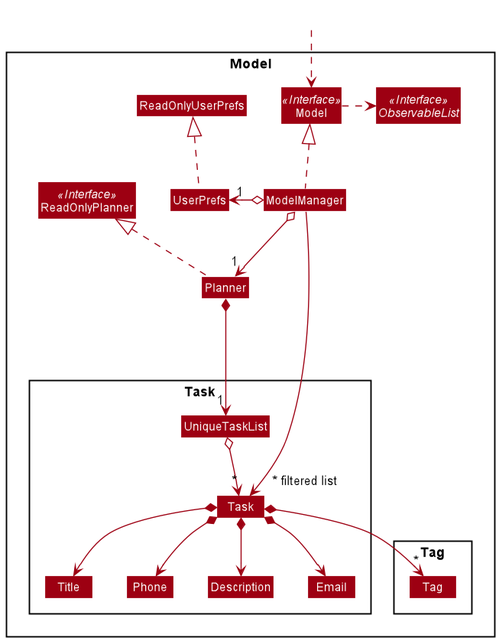
Earlier version of the PlantUML export docs/images/ModelClassDiagram.png (nus-cs2103-AY2021S2/tp).
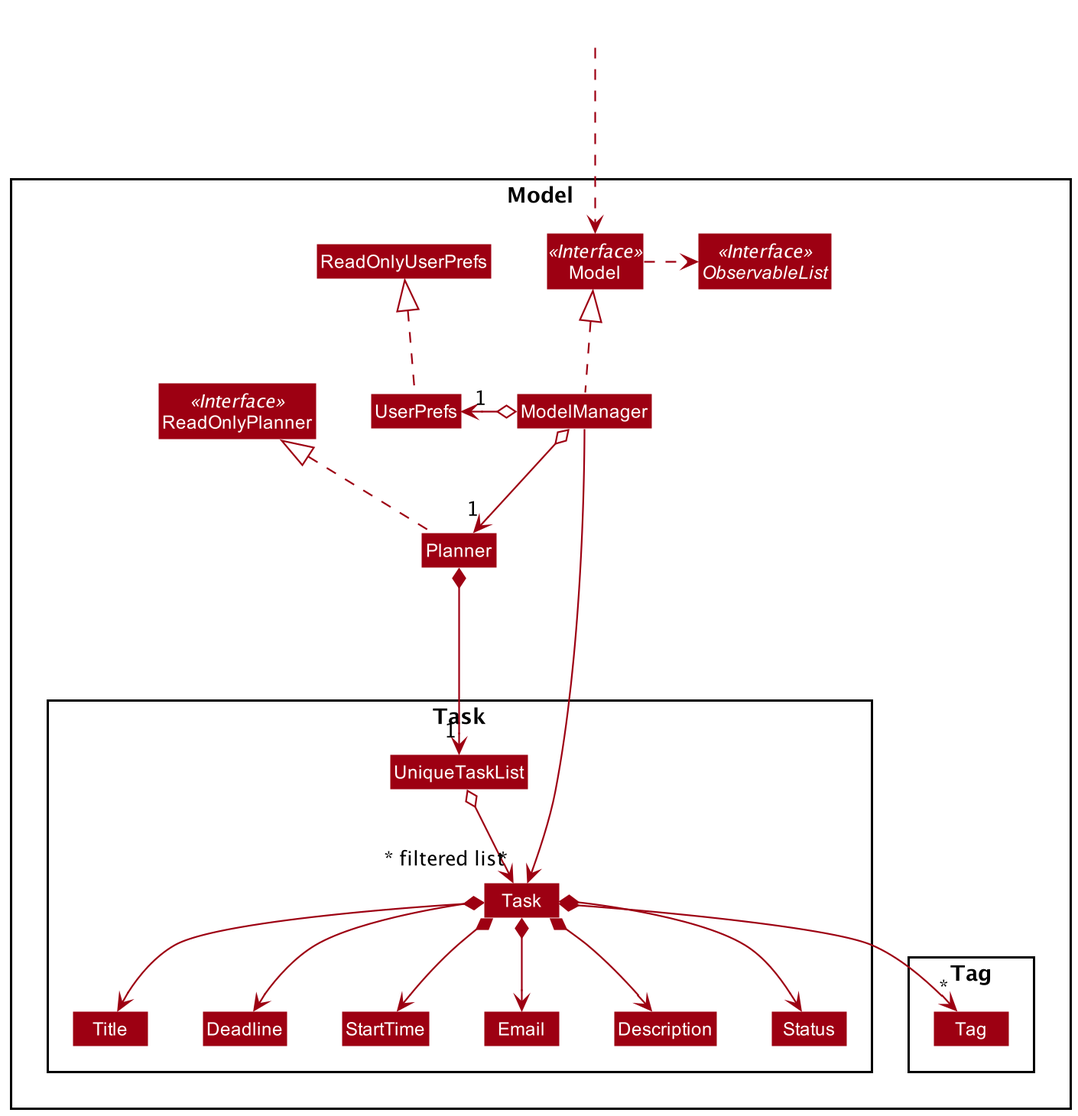
After the change.

Commit message:
Modify the diagrams in the DG to suit PlanIT implementation

Change to the diagram source:
```diff
@@ -17,10 +17,12 @@
 
 Package Task {
 Class Task
-Class Description
+Class Deadline
 Class Email
 Class Title
-Class Phone
+Class Status
+Class StartTime
+Class Description
 Class UniqueTaskList
 }
 
@@ -30,7 +32,7 @@
 }
 
 Class HiddenOutside #FFFFFF
-HiddenOutside ..> Model
+HiddenOutside ...> Model
 
 Planner .up.|> ReadOnlyPlanner
 
@@ -43,14 +45,19 @@
 Planner *--> "1" UniqueTaskList
 UniqueTaskList o--> "*" Task
 Task *--> Title
-Task *--> Phone
+Task *--> Deadline
+Task *--> StartTime
 Task *--> Email
 Task *--> Description
+Task *--> Status
 Task *--> "*" Tag
 
-Title -[hidden]right-> Phone
-Phone -[hidden]right-> Description
-Description -[hidden]right-> Email
+Title -[hidden]right-> Deadline
+Deadline -[hidden]right-> StartTime
+StartTime -[hidden]right-> Email
+Email -[hidden]right-> Description
+Description -[hidden]right-> Status
+
 
 ModelManager ----->" ~* filtered list" Task
 @enduml
```
